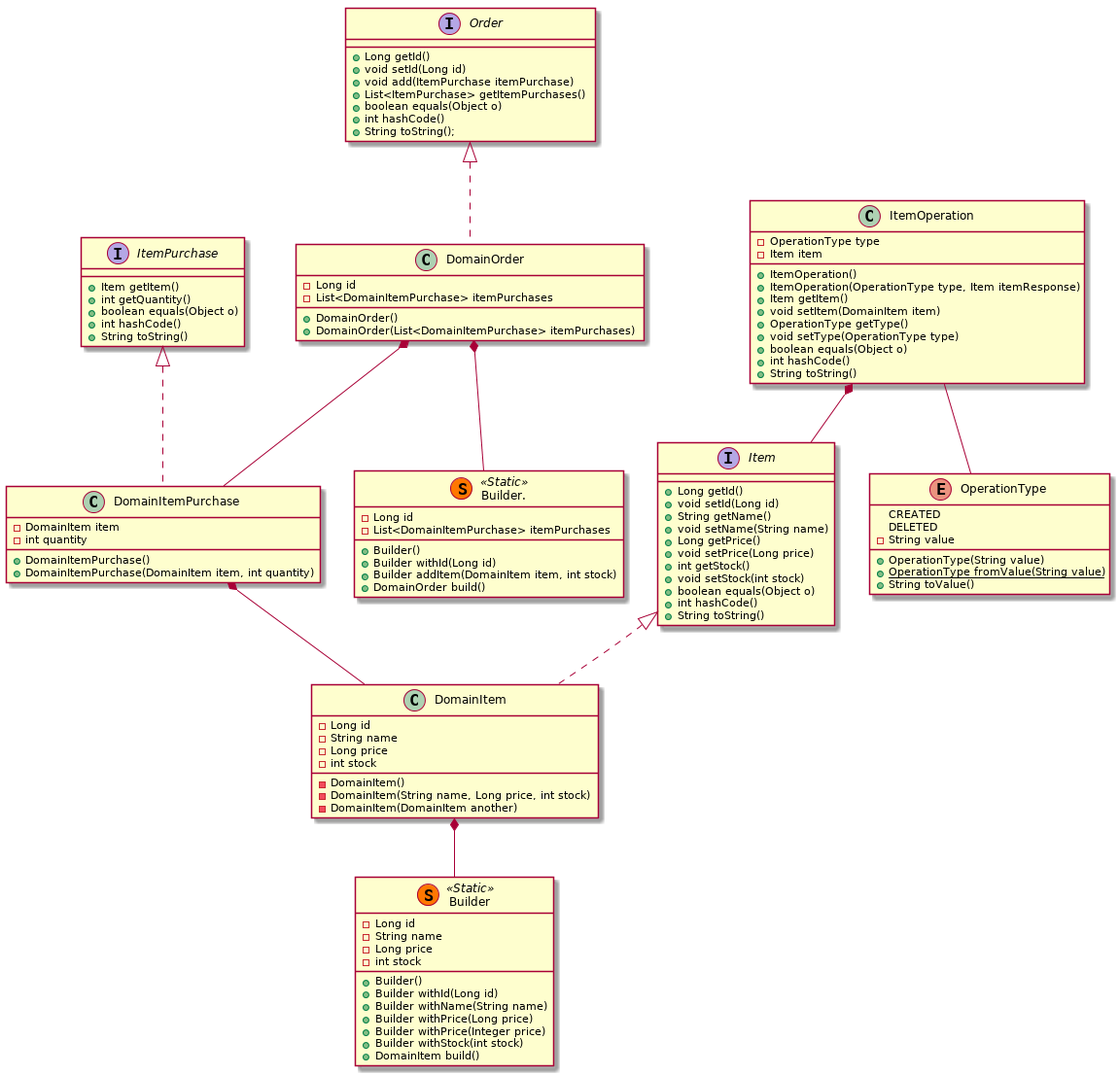
Earlier version of the PlantUML export uml/model-v02.png (alb3rtobr/tfm_swcraftsmanship).
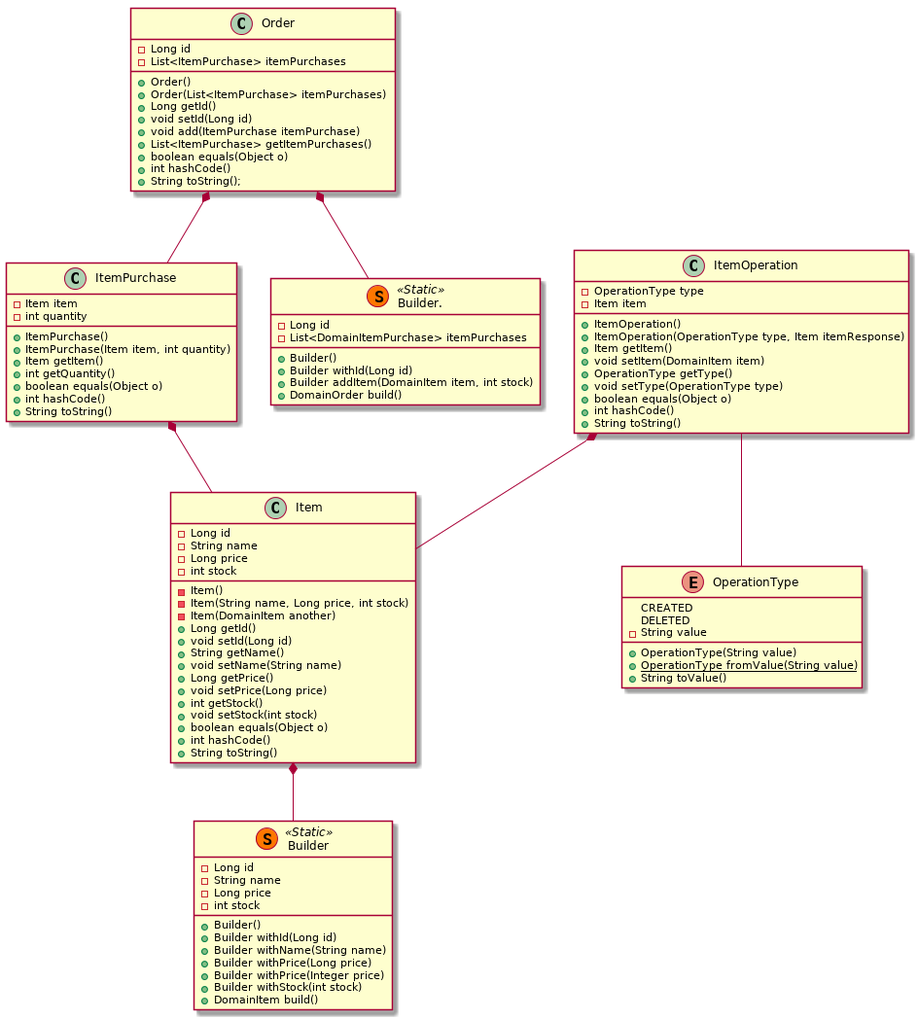
Later version of the same file.

Commit message:
Update model v02 uml after interfaces removal

Diff of the diagram source:
```diff
@@ -1,27 +1,24 @@
 @startuml
 
-interface Item {
-   +Long getId()
-   +void setId(Long id)
-   +String getName()
-   +void setName(String name)
-   +Long getPrice()
-   +void setPrice(Long price)
-   +int getStock()
-   +void setStock(int stock)
-   +boolean equals(Object o)
-   +int hashCode()
-   +String toString()
-}
-
-class DomainItem {
+class Item {
   -Long id
   -String name
   -Long price
   -int stock
-  -DomainItem()
-  -DomainItem(String name, Long price, int stock)
-  -DomainItem(DomainItem another)
+  -Item()
+  -Item(String name, Long price, int stock)
+  -Item(DomainItem another)
+  +Long getId()
+  +void setId(Long id)
+  +String getName()
+  +void setName(String name)
+  +Long getPrice()
+  +void setPrice(Long price)
+  +int getStock()
+  +void setStock(int stock)
+  +boolean equals(Object o)
+  +int hashCode()
+  +String toString()
 }
 
 class Builder << (S,#FF7700) Static >>
@@ -39,7 +36,11 @@
   +DomainItem build()
 }
 
-interface ItemPurchase {
+class ItemPurchase {
+  -Item item
+  -int quantity
+  +ItemPurchase()
+  +ItemPurchase(Item item, int quantity)
   +Item getItem()
   +int getQuantity()
   +boolean equals(Object o)
@@ -47,14 +48,11 @@
   +String toString()
 }
 
-class DomainItemPurchase {
-  -DomainItem item
-  -int quantity
-  +DomainItemPurchase()
-  +DomainItemPurchase(DomainItem item, int quantity)
-}
-
-interface Order {
+class Order {
+  -Long id
+  -List<ItemPurchase> itemPurchases
+  +Order()
+  +Order(List<ItemPurchase> itemPurchases)
   +Long getId()
   +void setId(Long id)
   +void add(ItemPurchase itemPurchase)
@@ -62,13 +60,6 @@
   +boolean equals(Object o)
   +int hashCode()
   +String toString();
-}
-
-class DomainOrder {
-  -Long id
-  -List<DomainItemPurchase> itemPurchases
-  +DomainOrder()
-  +DomainOrder(List<DomainItemPurchase> itemPurchases)
 }
 
 class Builder. << (S,#FF7700) Static >>
@@ -104,14 +95,10 @@
   +String toValue()
 }
 
-
-Item <|.. DomainItem
-DomainItem *-- Builder
-ItemPurchase <|.. DomainItemPurchase
-DomainItemPurchase *-- DomainItem
-Order <|.. DomainOrder
-DomainOrder *-- DomainItemPurchase
-DomainOrder *-- "Builder."
+Item *-- Builder
+Order *-- ItemPurchase
+Order *-- "Builder."
+ItemPurchase *-- Item
 ItemOperation -- OperationType
 ItemOperation *-- Item
 
```
